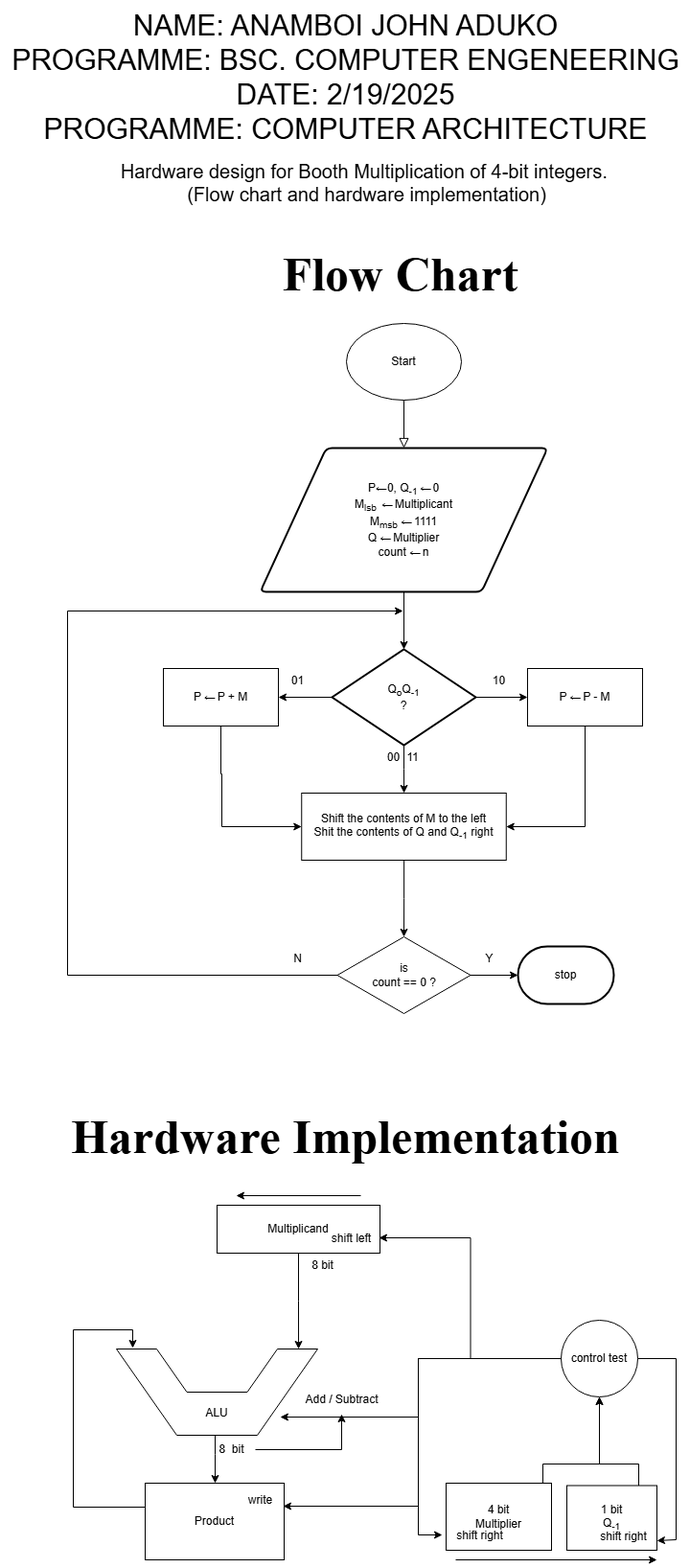
Earlier version of the draw.io export booth multiplication implementation.drawio.png (anamboijohn/Computer-Architecture). Source tidied: cells renumbered, new cells last; positions are measured from the earlier drawing's top-left corner, leaving out a move shared by most shapes.
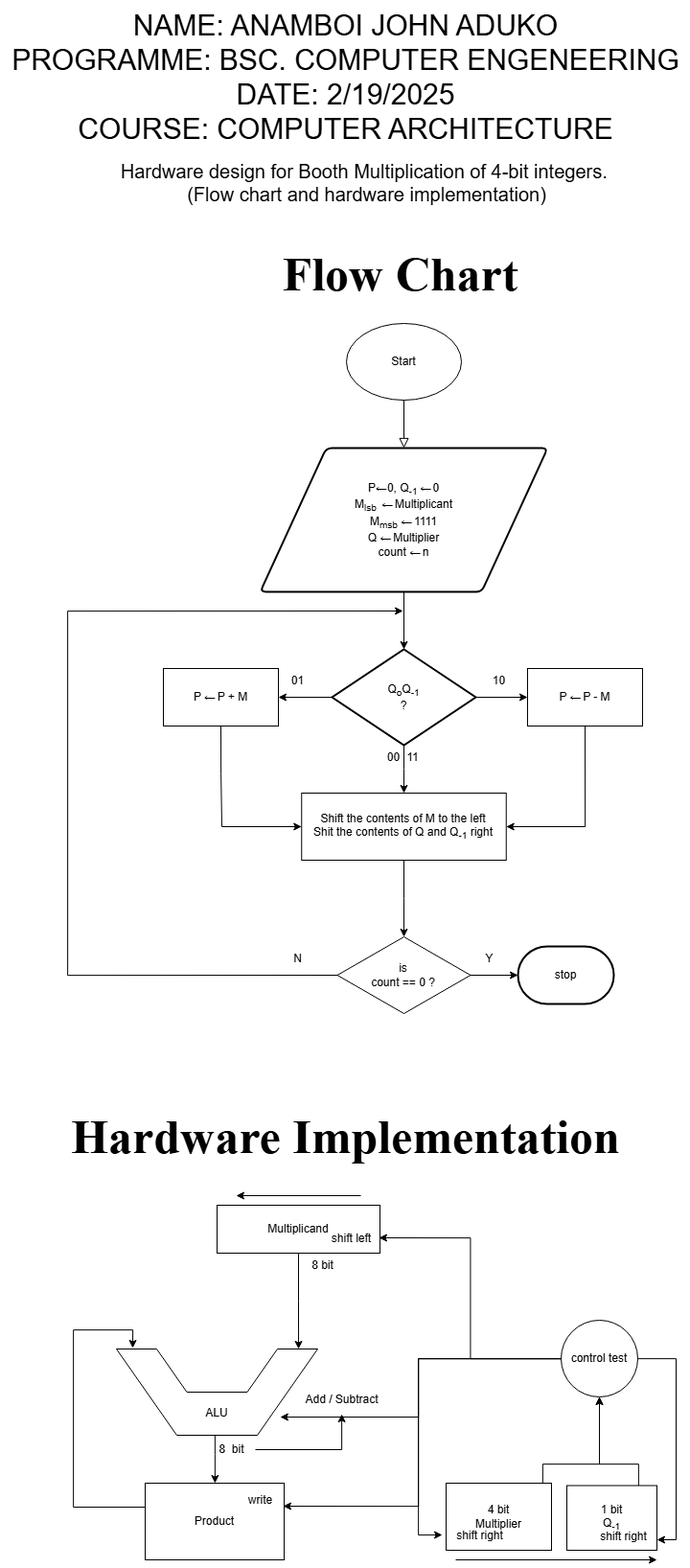
Later version of the same file.

What changed in the source:
```diff
@@ -95,7 +95,7 @@
     <mxCell id="27" value="&lt;font style=&quot;font-size: 50px;&quot; face=&quot;Times New Roman&quot;&gt;&lt;b style=&quot;&quot;&gt;Flow Chart&lt;/b&gt;&lt;/font&gt;" style="text;html=1;align=center;verticalAlign=middle;strokeColor=none;fillColor=none;" parent="1" vertex="1">
       <mxGeometry x="282" y="250" width="270" height="70" as="geometry" />
     </mxCell>
-    <mxCell id="28" value="&lt;font style=&quot;font-size: 30px;&quot;&gt;NAME: ANAMBOI JOHN ADUKO&lt;/font&gt;&lt;div&gt;&lt;font style=&quot;font-size: 30px;&quot;&gt;PROGRAMME: BSC. COMPUTER ENGENEERING&lt;/font&gt;&lt;/div&gt;&lt;div&gt;&lt;font style=&quot;font-size: 30px;&quot;&gt;DATE: 2/19/2025&lt;/font&gt;&lt;/div&gt;&lt;div&gt;&lt;font style=&quot;font-size: 30px;&quot;&gt;PROGRAMME: COMPUTER ARCHITECTURE&lt;/font&gt;&lt;/div&gt;" style="text;html=1;align=center;verticalAlign=middle;strokeColor=none;fillColor=none;" parent="1" vertex="1">
+    <mxCell id="28" value="&lt;font style=&quot;font-size: 30px;&quot;&gt;NAME: ANAMBOI JOHN ADUKO&lt;/font&gt;&lt;div&gt;&lt;font style=&quot;font-size: 30px;&quot;&gt;PROGRAMME: BSC. COMPUTER ENGENEERING&lt;/font&gt;&lt;/div&gt;&lt;div&gt;&lt;font style=&quot;font-size: 30px;&quot;&gt;DATE: 2/19/2025&lt;/font&gt;&lt;/div&gt;&lt;div&gt;&lt;font style=&quot;font-size: 30px;&quot;&gt;COURSE: COMPUTER ARCHITECTURE&lt;/font&gt;&lt;/div&gt;" style="text;html=1;align=center;verticalAlign=middle;strokeColor=none;fillColor=none;" parent="1" vertex="1">
       <mxGeometry width="720" height="160" as="geometry" />
     </mxCell>
     <mxCell id="29" value="&lt;font style=&quot;font-size: 20px;&quot;&gt;Hardware design for Booth Multiplication of 4-bit integers.&amp;nbsp;&lt;/font&gt;&lt;div&gt;&lt;font style=&quot;font-size: 20px;&quot;&gt;(Flow chart and hardware implementation)&lt;/font&gt;&lt;/div&gt;" style="text;html=1;align=center;verticalAlign=middle;strokeColor=none;fillColor=none;" parent="1" vertex="1">
```
